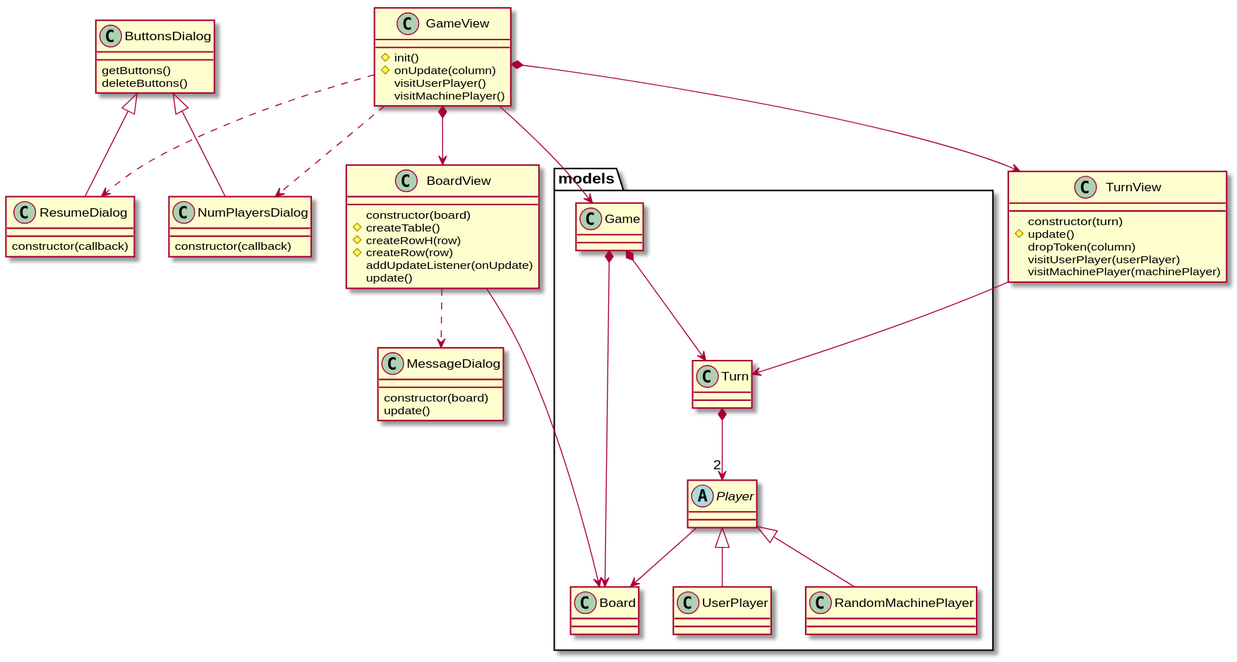
This is src/uml/Connect4.svg from EscuelaIt/Conecta-4-soluci-n-de-Nelson, a PlantUML export, as it was before one commit.
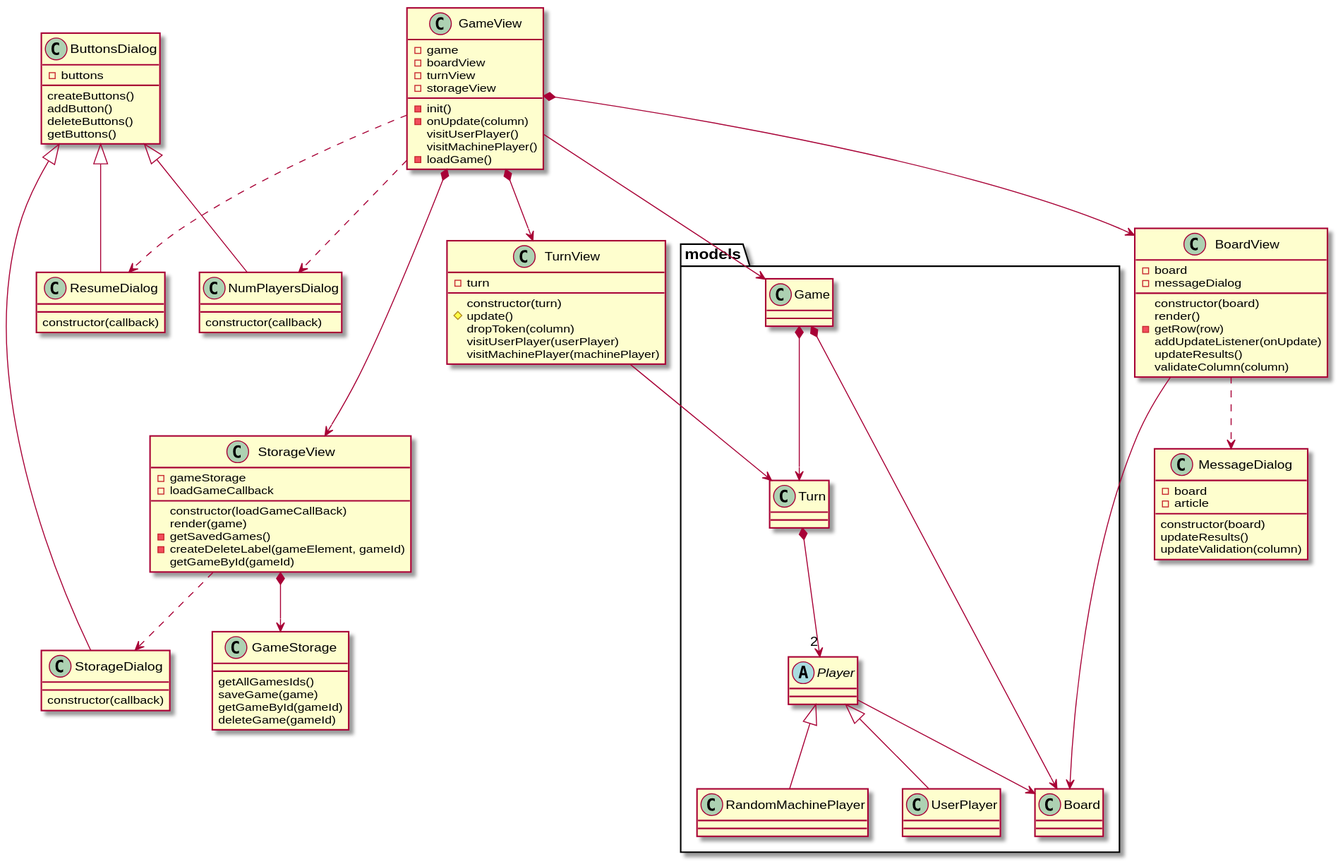
After the commit.

Commit message:
Minor refactors and UML update

The edit, as a diff of the source:
```diff
@@ -1,10 +1,15 @@
 @startuml
 
 class GameView {
-  #init()
-  #onUpdate(column)
+-game
+-boardView
+-turnView
+-storageView
+  -init()
+  -onUpdate(column)
   visitUserPlayer()
   visitMachinePlayer()
+  -loadGame()
 }
 
 GameView ..> NumPlayersDialog
@@ -21,23 +26,29 @@
 class ResumeDialog
 
 class BoardView {
+-board
+-messageDialog
   constructor(board)
-  #createTable()
-  #createRowH(row)
-  #createRow(row)
+  render()
+  -getRow(row)
   addUpdateListener(onUpdate)
-  update()
+  updateResults()
+  validateColumn(column)
 }
 
  class MessageDialog {
+ -board
+ -article
     constructor(board)
-    update()
+    updateResults()
+    updateValidation(column)
 }
 
 
 BoardView ..> MessageDialog
 
 class TurnView {
+-turn
   constructor(turn)
   #update()
   dropToken(column)
@@ -46,8 +57,34 @@
 }
 
 class ButtonsDialog {
-    getButtons()
-    deleteButtons()
+-buttons
+createButtons()
+addButton()
+deleteButtons()
+getButtons()
+}
+
+class StorageView{
+-gameStorage
+-loadGameCallback
+constructor(loadGameCallBack)
+render(game)
+-getSavedGames()
+-createDeleteLabel(gameElement, gameId)
+getGameById(gameId)
+}
+
+StorageView ..> StorageDialog
+
+class GameStorage{
+getAllGamesIds()
+saveGame(game)
+getGameById(gameId)
+deleteGame(gameId)
+}
+
+class StorageDialog extends ButtonsDialog{
+constructor(callback)
 }
 
 package models {
@@ -58,6 +95,9 @@
 class UserPlayer
 class Board
 }
+
+GameView *--down-> StorageView
+StorageView *-down-> GameStorage
 
 GameView -down-> Game
 GameView *-down-> TurnView
```
